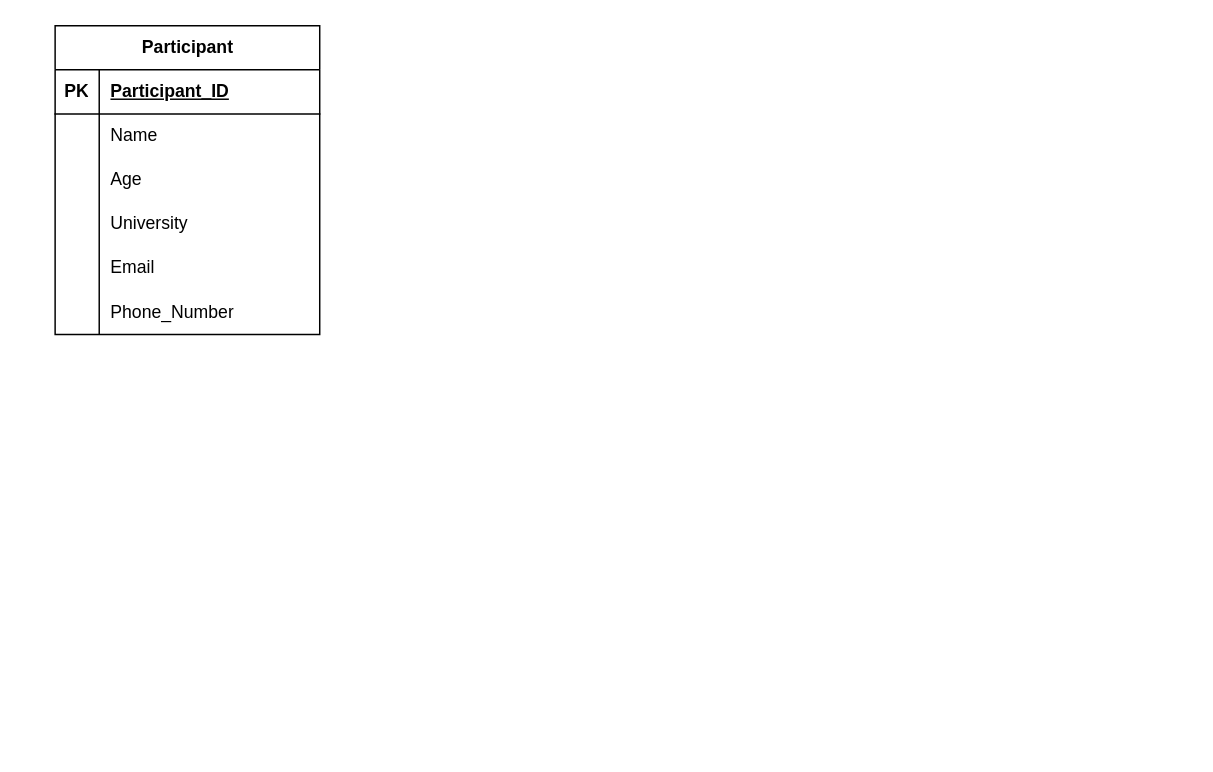
Earlier version of the draw.io diagram tuto4wia2001q4.drawio (justn0thinghere/drawio). Source tidied: cells renumbered, new cells numbered last; positions are measured from the earlier drawing's top-left corner, leaving out a move shared by most shapes. Both pictures are drawn from the tidied source at 147%, with x=0, y=0 at pixel (54, 25).
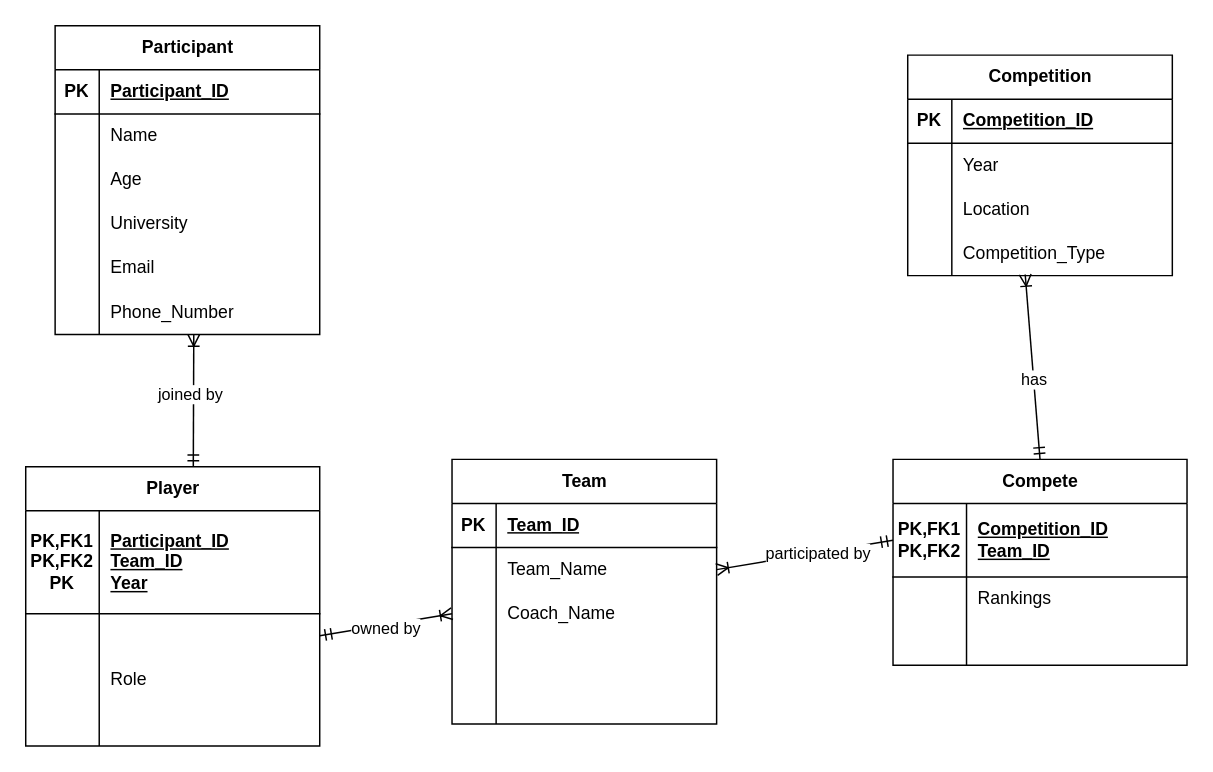
The same diagram, later.

Unchanged cells that the change refers to:
```xml
<mxCell id="18" style="shape=tableRow;horizontal=0;startSize=0;swimlaneHead=0;swimlaneBody=0;fillColor=none;points=[[0,0.5],[1,0.5]];portConstraint=eastwest;top=0;left=0;right=0;bottom=0;" parent="2" vertex="1">
  <mxGeometry y="180" width="180" height="30" as="geometry" />
</mxCell>
```

What changed in the source:
```diff
@@
+    <mxCell id="21" value="Team" style="shape=table;startSize=30;childLayout=tableLayout;rowLines=0;fontStyle=1;align=center;html=1;" parent="1" vertex="1">
+      <mxGeometry x="270" y="295" width="180" height="180" as="geometry" />
+    </mxCell>
+    <mxCell id="22" style="shape=tableRow;horizontal=0;startSize=0;swimlaneHead=0;swimlaneBody=0;fillColor=none;top=0;left=0;right=0;bottom=1;" parent="21" vertex="1">
+      <mxGeometry y="30" width="180" height="30" as="geometry" />
+    </mxCell>
+    <mxCell id="23" value="PK" style="shape=partialRectangle;fillColor=none;top=0;left=0;bottom=0;right=0;fontStyle=1;overflow=hidden;whiteSpace=wrap;html=1;" parent="22" vertex="1">
+      <mxGeometry width="30" height="30" as="geometry" />
+    </mxCell>
+    <mxCell id="24" value="Team_ID" style="shape=partialRectangle;fillColor=none;top=0;left=0;bottom=0;right=0;align=left;spacingLeft=6;fontStyle=5;overflow=hidden;whiteSpace=wrap;html=1;" parent="22" vertex="1">
+      <mxGeometry x="30" width="150" height="30" as="geometry" />
+    </mxCell>
+    <mxCell id="25" style="shape=tableRow;horizontal=0;startSize=0;swimlaneHead=0;swimlaneBody=0;fillColor=none;points=[[0,0.5],[1,0.5]];portConstraint=eastwest;top=0;left=0;right=0;bottom=0;" parent="21" vertex="1">
+      <mxGeometry y="60" width="180" height="30" as="geometry" />
+    </mxCell>
+    <mxCell id="26" style="shape=partialRectangle;fillColor=none;top=0;left=0;bottom=0;right=0;overflow=hidden;whiteSpace=wrap;html=1;" parent="25" vertex="1">
+      <mxGeometry width="30" height="30" as="geometry" />
+    </mxCell>
+    <mxCell id="27" value="Team_Name" style="shape=partialRectangle;fillColor=none;top=0;left=0;bottom=0;right=0;align=left;spacingLeft=6;overflow=hidden;whiteSpace=wrap;html=1;" parent="25" vertex="1">
+      <mxGeometry x="30" width="150" height="30" as="geometry" />
+    </mxCell>
+    <mxCell id="28" style="shape=tableRow;horizontal=0;startSize=0;swimlaneHead=0;swimlaneBody=0;fillColor=none;points=[[0,0.5],[1,0.5]];portConstraint=eastwest;top=0;left=0;right=0;bottom=0;" parent="21" vertex="1">
+      <mxGeometry y="90" width="180" height="30" as="geometry" />
+    </mxCell>
+    <mxCell id="29" style="shape=partialRectangle;fillColor=none;top=0;left=0;bottom=0;right=0;overflow=hidden;whiteSpace=wrap;html=1;" parent="28" vertex="1">
+      <mxGeometry width="30" height="30" as="geometry" />
+    </mxCell>
+    <mxCell id="30" value="Coach_Name" style="shape=partialRectangle;fillColor=none;top=0;left=0;bottom=0;right=0;align=left;spacingLeft=6;overflow=hidden;whiteSpace=wrap;html=1;" parent="28" vertex="1">
+      <mxGeometry x="30" width="150" height="30" as="geometry" />
+    </mxCell>
+    <mxCell id="31" style="shape=tableRow;horizontal=0;startSize=0;swimlaneHead=0;swimlaneBody=0;fillColor=none;top=0;left=0;right=0;bottom=0;" parent="21" vertex="1">
+      <mxGeometry y="120" width="180" height="30" as="geometry" />
+    </mxCell>
+    <mxCell id="32" style="shape=partialRectangle;fillColor=none;top=0;left=0;bottom=0;right=0;overflow=hidden;whiteSpace=wrap;html=1;" parent="31" vertex="1">
+      <mxGeometry width="30" height="30" as="geometry" />
+    </mxCell>
+    <mxCell id="33" style="shape=partialRectangle;fillColor=none;top=0;left=0;bottom=0;right=0;align=left;spacingLeft=6;overflow=hidden;whiteSpace=wrap;html=1;" parent="31" vertex="1">
+      <mxGeometry x="30" width="150" height="30" as="geometry" />
+    </mxCell>
+    <mxCell id="34" style="shape=tableRow;horizontal=0;startSize=0;swimlaneHead=0;swimlaneBody=0;fillColor=none;top=0;left=0;right=0;bottom=0;" parent="21" vertex="1">
+      <mxGeometry y="150" width="180" height="30" as="geometry" />
+    </mxCell>
+    <mxCell id="35" style="shape=partialRectangle;fillColor=none;top=0;left=0;bottom=0;right=0;overflow=hidden;whiteSpace=wrap;html=1;" parent="34" vertex="1">
+      <mxGeometry width="30" height="30" as="geometry" />
+    </mxCell>
+    <mxCell id="36" style="shape=partialRectangle;fillColor=none;top=0;left=0;bottom=0;right=0;align=left;spacingLeft=6;overflow=hidden;whiteSpace=wrap;html=1;" parent="34" vertex="1">
+      <mxGeometry x="30" width="150" height="30" as="geometry" />
+    </mxCell>
+    <mxCell id="37" value="Competition" style="shape=table;startSize=30;childLayout=tableLayout;rowLines=0;fontStyle=1;align=center;html=1;" parent="1" vertex="1">
+      <mxGeometry x="580" y="20" width="180" height="150" as="geometry" />
+    </mxCell>
+    <mxCell id="38" style="shape=tableRow;horizontal=0;startSize=0;swimlaneHead=0;swimlaneBody=0;fillColor=none;top=0;left=0;right=0;bottom=1;" parent="37" vertex="1">
+      <mxGeometry y="30" width="180" height="30" as="geometry" />
+    </mxCell>
+    <mxCell id="39" value="PK" style="shape=partialRectangle;fillColor=none;top=0;left=0;bottom=0;right=0;fontStyle=1;overflow=hidden;whiteSpace=wrap;html=1;" parent="38" vertex="1">
+      <mxGeometry width="30" height="30" as="geometry" />
+    </mxCell>
+    <mxCell id="40" value="Competition_ID" style="shape=partialRectangle;fillColor=none;top=0;left=0;bottom=0;right=0;align=left;spacingLeft=6;fontStyle=5;overflow=hidden;whiteSpace=wrap;html=1;" parent="38" vertex="1">
+      <mxGeometry x="30" width="150" height="30" as="geometry" />
+    </mxCell>
+    <mxCell id="41" style="shape=tableRow;horizontal=0;startSize=0;swimlaneHead=0;swimlaneBody=0;fillColor=none;top=0;left=0;right=0;bottom=0;" parent="37" vertex="1">
+      <mxGeometry y="60" width="180" height="30" as="geometry" />
+    </mxCell>
+    <mxCell id="42" style="shape=partialRectangle;fillColor=none;top=0;left=0;bottom=0;right=0;overflow=hidden;whiteSpace=wrap;html=1;" parent="41" vertex="1">
+      <mxGeometry width="30" height="30" as="geometry" />
+    </mxCell>
+    <mxCell id="43" value="Year" style="shape=partialRectangle;fillColor=none;top=0;left=0;bottom=0;right=0;align=left;spacingLeft=6;overflow=hidden;whiteSpace=wrap;html=1;" parent="41" vertex="1">
+      <mxGeometry x="30" width="150" height="30" as="geometry" />
+    </mxCell>
+    <mxCell id="44" style="shape=tableRow;horizontal=0;startSize=0;swimlaneHead=0;swimlaneBody=0;fillColor=none;top=0;left=0;right=0;bottom=0;" parent="37" vertex="1">
+      <mxGeometry y="90" width="180" height="30" as="geometry" />
+    </mxCell>
+    <mxCell id="45" style="shape=partialRectangle;fillColor=none;top=0;left=0;bottom=0;right=0;overflow=hidden;whiteSpace=wrap;html=1;" parent="44" vertex="1">
+      <mxGeometry width="30" height="30" as="geometry" />
+    </mxCell>
+    <mxCell id="46" value="Location" style="shape=partialRectangle;fillColor=none;top=0;left=0;bottom=0;right=0;align=left;spacingLeft=6;overflow=hidden;whiteSpace=wrap;html=1;" parent="44" vertex="1">
+      <mxGeometry x="30" width="150" height="30" as="geometry" />
+    </mxCell>
+    <mxCell id="47" style="shape=tableRow;horizontal=0;startSize=0;swimlaneHead=0;swimlaneBody=0;fillColor=none;points=[[0,0.5],[1,0.5]];portConstraint=eastwest;top=0;left=0;right=0;bottom=0;" parent="37" vertex="1">
+      <mxGeometry y="120" width="180" height="30" as="geometry" />
+    </mxCell>
+    <mxCell id="48" style="shape=partialRectangle;fillColor=none;top=0;left=0;bottom=0;right=0;overflow=hidden;whiteSpace=wrap;html=1;" parent="47" vertex="1">
+      <mxGeometry width="30" height="30" as="geometry" />
+    </mxCell>
+    <mxCell id="49" value="Competition_Type" style="shape=partialRectangle;fillColor=none;top=0;left=0;bottom=0;right=0;align=left;spacingLeft=6;overflow=hidden;whiteSpace=wrap;html=1;" parent="47" vertex="1">
+      <mxGeometry x="30" width="150" height="30" as="geometry" />
+    </mxCell>
+    <mxCell id="50" value="Player" style="shape=table;startSize=30;childLayout=tableLayout;rowLines=0;fontStyle=1;align=center;html=1;" parent="1" vertex="1">
+      <mxGeometry x="-20" y="300" width="200" height="190" as="geometry" />
+    </mxCell>
+    <mxCell id="51" style="shape=tableRow;horizontal=0;startSize=0;swimlaneHead=0;swimlaneBody=0;fillColor=none;top=0;left=0;right=0;bottom=1;" parent="50" vertex="1">
+      <mxGeometry y="30" width="200" height="70" as="geometry" />
+    </mxCell>
+    <mxCell id="52" value="PK,FK1&lt;div&gt;PK,FK2&lt;/div&gt;&lt;div&gt;PK&lt;/div&gt;" style="shape=partialRectangle;fillColor=none;top=0;left=0;bottom=0;right=0;fontStyle=1;overflow=hidden;whiteSpace=wrap;html=1;" parent="51" vertex="1">
+      <mxGeometry width="50" height="70" as="geometry" />
+    </mxCell>
+    <mxCell id="53" value="Participant_ID&lt;div&gt;Team_ID&lt;/div&gt;&lt;div&gt;Year&lt;/div&gt;" style="shape=partialRectangle;fillColor=none;top=0;left=0;bottom=0;right=0;align=left;spacingLeft=6;fontStyle=5;overflow=hidden;whiteSpace=wrap;html=1;" parent="51" vertex="1">
+      <mxGeometry x="50" width="150" height="70" as="geometry" />
+    </mxCell>
+    <mxCell id="54" style="shape=tableRow;horizontal=0;startSize=0;swimlaneHead=0;swimlaneBody=0;fillColor=none;points=[[0,0.5],[1,0.5]];portConstraint=eastwest;top=0;left=0;right=0;bottom=0;" parent="50" vertex="1">
+      <mxGeometry y="100" width="200" height="30" as="geometry" />
+    </mxCell>
+    <mxCell id="55" style="shape=partialRectangle;fillColor=none;top=0;left=0;bottom=0;right=0;overflow=hidden;whiteSpace=wrap;html=1;" parent="54" vertex="1">
+      <mxGeometry width="50" height="30" as="geometry" />
+    </mxCell>
+    <mxCell id="56" style="shape=partialRectangle;fillColor=none;top=0;left=0;bottom=0;right=0;align=left;spacingLeft=6;overflow=hidden;whiteSpace=wrap;html=1;" parent="54" vertex="1">
+      <mxGeometry x="50" width="150" height="30" as="geometry" />
+    </mxCell>
+    <mxCell id="57" style="shape=tableRow;horizontal=0;startSize=0;swimlaneHead=0;swimlaneBody=0;fillColor=none;top=0;left=0;right=0;bottom=0;" parent="50" vertex="1">
+      <mxGeometry y="130" width="200" height="30" as="geometry" />
+    </mxCell>
+    <mxCell id="58" style="shape=partialRectangle;fillColor=none;top=0;left=0;bottom=0;right=0;overflow=hidden;whiteSpace=wrap;html=1;" parent="57" vertex="1">
+      <mxGeometry width="50" height="30" as="geometry" />
+    </mxCell>
+    <mxCell id="59" value="Role" style="shape=partialRectangle;fillColor=none;top=0;left=0;bottom=0;right=0;align=left;spacingLeft=6;overflow=hidden;whiteSpace=wrap;html=1;" parent="57" vertex="1">
+      <mxGeometry x="50" width="150" height="30" as="geometry" />
+    </mxCell>
+    <mxCell id="60" style="shape=tableRow;horizontal=0;startSize=0;swimlaneHead=0;swimlaneBody=0;fillColor=none;top=0;left=0;right=0;bottom=0;" parent="50" vertex="1">
+      <mxGeometry y="160" width="200" height="30" as="geometry" />
+    </mxCell>
+    <mxCell id="61" style="shape=partialRectangle;fillColor=none;top=0;left=0;bottom=0;right=0;overflow=hidden;whiteSpace=wrap;html=1;" parent="60" vertex="1">
+      <mxGeometry width="50" height="30" as="geometry" />
+    </mxCell>
+    <mxCell id="62" style="shape=partialRectangle;fillColor=none;top=0;left=0;bottom=0;right=0;align=left;spacingLeft=6;overflow=hidden;whiteSpace=wrap;html=1;" parent="60" vertex="1">
+      <mxGeometry x="50" width="150" height="30" as="geometry" />
+    </mxCell>
+    <mxCell id="63" style="fontSize=12;html=1;endArrow=ERoneToMany;startArrow=ERmandOne;rounded=0;entryX=0.524;entryY=1;entryDx=0;entryDy=0;entryPerimeter=0;" parent="1" edge="1" target="18">
+      <mxGeometry relative="1" as="geometry">
+        <mxPoint x="94" y="300" as="sourcePoint" />
+      </mxGeometry>
+    </mxCell>
+    <mxCell id="64" value="joined by" style="edgeLabel;html=1;align=center;verticalAlign=middle;" parent="63" vertex="1">
+      <mxGeometry x="0.08" y="3" relative="1" as="geometry" />
+    </mxCell>
+    <mxCell id="65" value="Compete" style="shape=table;startSize=30;childLayout=tableLayout;rowLines=0;fontStyle=1;align=center;html=1;" parent="1" vertex="1">
+      <mxGeometry x="570" y="295" width="200" height="140" as="geometry" />
+    </mxCell>
+    <mxCell id="66" style="shape=tableRow;horizontal=0;startSize=0;swimlaneHead=0;swimlaneBody=0;fillColor=none;points=[[0,0.5],[1,0.5]];portConstraint=eastwest;top=0;left=0;right=0;bottom=1;" parent="65" vertex="1">
+      <mxGeometry y="30" width="200" height="50" as="geometry" />
+    </mxCell>
+    <mxCell id="67" value="PK,FK1&lt;div&gt;PK,FK2&lt;/div&gt;" style="shape=partialRectangle;fillColor=none;top=0;left=0;bottom=0;right=0;fontStyle=1;overflow=hidden;whiteSpace=wrap;html=1;" parent="66" vertex="1">
+      <mxGeometry width="50" height="50" as="geometry" />
+    </mxCell>
+    <mxCell id="68" value="Competition_ID&lt;div&gt;Team_ID&lt;/div&gt;" style="shape=partialRectangle;fillColor=none;top=0;left=0;bottom=0;right=0;align=left;spacingLeft=6;fontStyle=5;overflow=hidden;whiteSpace=wrap;html=1;" parent="66" vertex="1">
+      <mxGeometry x="50" width="150" height="50" as="geometry" />
+    </mxCell>
+    <mxCell id="69" style="shape=tableRow;horizontal=0;startSize=0;swimlaneHead=0;swimlaneBody=0;fillColor=none;top=0;left=0;right=0;bottom=0;" parent="65" vertex="1">
+      <mxGeometry y="80" width="200" height="30" as="geometry" />
+    </mxCell>
+    <mxCell id="70" style="shape=partialRectangle;fillColor=none;top=0;left=0;bottom=0;right=0;overflow=hidden;whiteSpace=wrap;html=1;" parent="69" vertex="1">
+      <mxGeometry width="50" height="30" as="geometry" />
+    </mxCell>
+    <mxCell id="71" value="Rankings" style="shape=partialRectangle;fillColor=none;top=0;left=0;bottom=0;right=0;align=left;spacingLeft=6;overflow=hidden;whiteSpace=wrap;html=1;" parent="69" vertex="1">
+      <mxGeometry x="50" width="150" height="30" as="geometry" />
+    </mxCell>
+    <mxCell id="72" style="shape=tableRow;horizontal=0;startSize=0;swimlaneHead=0;swimlaneBody=0;fillColor=none;top=0;left=0;right=0;bottom=0;" parent="65" vertex="1">
+      <mxGeometry y="110" width="200" height="30" as="geometry" />
+    </mxCell>
+    <mxCell id="73" style="shape=partialRectangle;fillColor=none;top=0;left=0;bottom=0;right=0;overflow=hidden;whiteSpace=wrap;html=1;" parent="72" vertex="1">
+      <mxGeometry width="50" height="30" as="geometry" />
+    </mxCell>
+    <mxCell id="74" style="shape=partialRectangle;fillColor=none;top=0;left=0;bottom=0;right=0;align=left;spacingLeft=6;overflow=hidden;whiteSpace=wrap;html=1;" parent="72" vertex="1">
+      <mxGeometry x="50" width="150" height="30" as="geometry" />
+    </mxCell>
+    <mxCell id="75" style="fontSize=12;html=1;endArrow=ERoneToMany;startArrow=ERmandOne;rounded=0;exitX=0;exitY=0.5;exitDx=0;exitDy=0;entryX=1;entryY=0.5;entryDx=0;entryDy=0;" parent="1" edge="1" source="66" target="25">
+      <mxGeometry relative="1" as="geometry" />
+    </mxCell>
+    <mxCell id="76" value="participated by" style="edgeLabel;html=1;align=center;verticalAlign=middle;" parent="75" vertex="1">
+      <mxGeometry x="-0.15" relative="1" as="geometry" />
+    </mxCell>
+    <mxCell id="77" style="fontSize=12;html=1;endArrow=ERoneToMany;startArrow=ERmandOne;rounded=0;exitX=0.5;exitY=0;exitDx=0;exitDy=0;entryX=0.444;entryY=0.973;entryDx=0;entryDy=0;entryPerimeter=0;" parent="1" edge="1" source="65" target="47">
+      <mxGeometry relative="1" as="geometry" />
+    </mxCell>
+    <mxCell id="78" value="has" style="edgeLabel;html=1;align=center;verticalAlign=middle;" parent="77" vertex="1">
+      <mxGeometry x="-0.13" relative="1" as="geometry" />
+    </mxCell>
+    <mxCell id="79" style="fontSize=12;html=1;endArrow=ERoneToMany;startArrow=ERmandOne;rounded=0;exitX=1;exitY=0.5;exitDx=0;exitDy=0;entryX=0;entryY=0.5;entryDx=0;entryDy=0;" parent="1" edge="1" source="54" target="28">
+      <mxGeometry relative="1" as="geometry" />
+    </mxCell>
+    <mxCell id="80" value="owned by" style="edgeLabel;html=1;align=center;verticalAlign=middle;" parent="79" vertex="1">
+      <mxGeometry x="-0.01" y="-2" relative="1" as="geometry" />
+    </mxCell>
```
